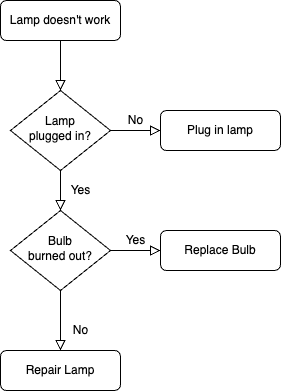
This is 未命名绘图.drawio.png from haiwod/doc-temp, a draw.io export, as it was before one commit. Source tidied: cells renumbered, new cells last; positions are measured from the earlier drawing's top-left corner, leaving out a move shared by most shapes. The source it was exported from:
```xml
<mxGraphModel>
  <root>
    <mxCell id="0" />
    <mxCell id="1" parent="0" />
    <mxCell id="2" style="rounded=0;html=1;jettySize=auto;fontSize=11;endArrow=block;endFill=0;endSize=8;strokeWidth=1;shadow=0;labelBackgroundColor=none;edgeStyle=orthogonalEdgeStyle;" parent="1" edge="1" source="3" target="6">
      <mxGeometry relative="1" as="geometry" />
    </mxCell>
    <mxCell id="3" value="Lamp doesn't work" style="rounded=1;whiteSpace=wrap;html=1;fontSize=12;glass=0;strokeWidth=1;shadow=0;" parent="1" vertex="1">
      <mxGeometry width="120" height="40" as="geometry" />
    </mxCell>
    <mxCell id="4" value="Yes" style="rounded=0;html=1;jettySize=auto;fontSize=11;endArrow=block;endFill=0;endSize=8;strokeWidth=1;shadow=0;labelBackgroundColor=none;edgeStyle=orthogonalEdgeStyle;" parent="1" edge="1" source="6" target="10">
      <mxGeometry y="20" relative="1" as="geometry" />
    </mxCell>
    <mxCell id="5" value="No" style="edgeStyle=orthogonalEdgeStyle;rounded=0;html=1;jettySize=auto;fontSize=11;endArrow=block;endFill=0;endSize=8;strokeWidth=1;shadow=0;labelBackgroundColor=none;" parent="1" edge="1" source="6" target="7">
      <mxGeometry y="10" relative="1" as="geometry" />
    </mxCell>
    <mxCell id="6" value="Lamp&lt;br&gt;plugged in?" style="rhombus;whiteSpace=wrap;html=1;shadow=0;fontFamily=Helvetica;fontSize=12;align=center;strokeWidth=1;spacing=6;spacingTop=-4;" parent="1" vertex="1">
      <mxGeometry x="10" y="90" width="100" height="80" as="geometry" />
    </mxCell>
    <mxCell id="7" value="Plug in lamp" style="rounded=1;whiteSpace=wrap;html=1;fontSize=12;glass=0;strokeWidth=1;shadow=0;" parent="1" vertex="1">
      <mxGeometry x="160" y="110" width="120" height="40" as="geometry" />
    </mxCell>
    <mxCell id="8" value="No" style="rounded=0;html=1;jettySize=auto;fontSize=11;endArrow=block;endFill=0;endSize=8;strokeWidth=1;shadow=0;labelBackgroundColor=none;edgeStyle=orthogonalEdgeStyle;" parent="1" edge="1" source="10" target="11">
      <mxGeometry x="0.33" y="20" relative="1" as="geometry" />
    </mxCell>
    <mxCell id="9" value="Yes" style="edgeStyle=orthogonalEdgeStyle;rounded=0;html=1;jettySize=auto;fontSize=11;endArrow=block;endFill=0;endSize=8;strokeWidth=1;shadow=0;labelBackgroundColor=none;" parent="1" edge="1" source="10" target="12">
      <mxGeometry y="10" relative="1" as="geometry" />
    </mxCell>
    <mxCell id="10" value="Bulb&lt;br&gt;burned out?" style="rhombus;whiteSpace=wrap;html=1;shadow=0;fontFamily=Helvetica;fontSize=12;align=center;strokeWidth=1;spacing=6;spacingTop=-4;" parent="1" vertex="1">
      <mxGeometry x="10" y="210" width="100" height="80" as="geometry" />
    </mxCell>
    <mxCell id="11" value="Repair Lamp" style="rounded=1;whiteSpace=wrap;html=1;fontSize=12;glass=0;strokeWidth=1;shadow=0;" parent="1" vertex="1">
      <mxGeometry y="350" width="120" height="40" as="geometry" />
    </mxCell>
    <mxCell id="12" value="Replace Bulb" style="rounded=1;whiteSpace=wrap;html=1;fontSize=12;glass=0;strokeWidth=1;shadow=0;" parent="1" vertex="1">
      <mxGeometry x="160" y="230" width="120" height="40" as="geometry" />
    </mxCell>
  </root>
</mxGraphModel>
```
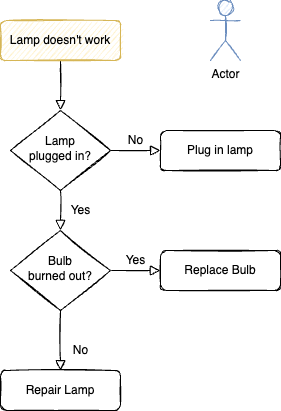
The same file after the commit.

What changed in the source:
```diff
@@ -2,38 +2,41 @@
   <root>
     <mxCell id="0" />
     <mxCell id="1" parent="0" />
-    <mxCell id="2" style="rounded=0;html=1;jettySize=auto;fontSize=11;endArrow=block;endFill=0;endSize=8;strokeWidth=1;shadow=0;labelBackgroundColor=none;edgeStyle=orthogonalEdgeStyle;" parent="1" edge="1" source="3" target="6">
+    <mxCell id="2" style="rounded=0;html=1;jettySize=auto;fontSize=11;endArrow=block;endFill=0;endSize=8;strokeWidth=1;shadow=0;labelBackgroundColor=none;edgeStyle=orthogonalEdgeStyle;sketch=1;" parent="1" edge="1" source="3" target="6">
       <mxGeometry relative="1" as="geometry" />
     </mxCell>
-    <mxCell id="3" value="Lamp doesn't work" style="rounded=1;whiteSpace=wrap;html=1;fontSize=12;glass=0;strokeWidth=1;shadow=0;" parent="1" vertex="1">
+    <mxCell id="3" value="Lamp doesn't work" style="rounded=1;whiteSpace=wrap;html=1;fontSize=12;glass=0;strokeWidth=1;shadow=0;sketch=1;fillColor=#fff2cc;strokeColor=#d6b656;" parent="1" vertex="1">
       <mxGeometry width="120" height="40" as="geometry" />
     </mxCell>
-    <mxCell id="4" value="Yes" style="rounded=0;html=1;jettySize=auto;fontSize=11;endArrow=block;endFill=0;endSize=8;strokeWidth=1;shadow=0;labelBackgroundColor=none;edgeStyle=orthogonalEdgeStyle;" parent="1" edge="1" source="6" target="10">
+    <mxCell id="4" value="Yes" style="rounded=0;html=1;jettySize=auto;fontSize=11;endArrow=block;endFill=0;endSize=8;strokeWidth=1;shadow=0;labelBackgroundColor=none;edgeStyle=orthogonalEdgeStyle;sketch=1;" parent="1" edge="1" source="6" target="10">
       <mxGeometry y="20" relative="1" as="geometry" />
     </mxCell>
-    <mxCell id="5" value="No" style="edgeStyle=orthogonalEdgeStyle;rounded=0;html=1;jettySize=auto;fontSize=11;endArrow=block;endFill=0;endSize=8;strokeWidth=1;shadow=0;labelBackgroundColor=none;" parent="1" edge="1" source="6" target="7">
+    <mxCell id="5" value="No" style="edgeStyle=orthogonalEdgeStyle;rounded=0;html=1;jettySize=auto;fontSize=11;endArrow=block;endFill=0;endSize=8;strokeWidth=1;shadow=0;labelBackgroundColor=none;sketch=1;" parent="1" edge="1" source="6" target="7">
       <mxGeometry y="10" relative="1" as="geometry" />
     </mxCell>
-    <mxCell id="6" value="Lamp&lt;br&gt;plugged in?" style="rhombus;whiteSpace=wrap;html=1;shadow=0;fontFamily=Helvetica;fontSize=12;align=center;strokeWidth=1;spacing=6;spacingTop=-4;" parent="1" vertex="1">
+    <mxCell id="6" value="Lamp&lt;br&gt;plugged in?" style="rhombus;whiteSpace=wrap;html=1;shadow=0;fontFamily=Helvetica;fontSize=12;align=center;strokeWidth=1;spacing=6;spacingTop=-4;sketch=1;" parent="1" vertex="1">
       <mxGeometry x="10" y="90" width="100" height="80" as="geometry" />
     </mxCell>
-    <mxCell id="7" value="Plug in lamp" style="rounded=1;whiteSpace=wrap;html=1;fontSize=12;glass=0;strokeWidth=1;shadow=0;" parent="1" vertex="1">
+    <mxCell id="7" value="Plug in lamp" style="rounded=1;whiteSpace=wrap;html=1;fontSize=12;glass=0;strokeWidth=1;shadow=0;sketch=1;" parent="1" vertex="1">
       <mxGeometry x="160" y="110" width="120" height="40" as="geometry" />
     </mxCell>
-    <mxCell id="8" value="No" style="rounded=0;html=1;jettySize=auto;fontSize=11;endArrow=block;endFill=0;endSize=8;strokeWidth=1;shadow=0;labelBackgroundColor=none;edgeStyle=orthogonalEdgeStyle;" parent="1" edge="1" source="10" target="11">
+    <mxCell id="8" value="No" style="rounded=0;html=1;jettySize=auto;fontSize=11;endArrow=block;endFill=0;endSize=8;strokeWidth=1;shadow=0;labelBackgroundColor=none;edgeStyle=orthogonalEdgeStyle;sketch=1;" parent="1" edge="1" source="10" target="11">
       <mxGeometry x="0.33" y="20" relative="1" as="geometry" />
     </mxCell>
-    <mxCell id="9" value="Yes" style="edgeStyle=orthogonalEdgeStyle;rounded=0;html=1;jettySize=auto;fontSize=11;endArrow=block;endFill=0;endSize=8;strokeWidth=1;shadow=0;labelBackgroundColor=none;" parent="1" edge="1" source="10" target="12">
+    <mxCell id="9" value="Yes" style="edgeStyle=orthogonalEdgeStyle;rounded=0;html=1;jettySize=auto;fontSize=11;endArrow=block;endFill=0;endSize=8;strokeWidth=1;shadow=0;labelBackgroundColor=none;sketch=1;" parent="1" edge="1" source="10" target="12">
       <mxGeometry y="10" relative="1" as="geometry" />
     </mxCell>
-    <mxCell id="10" value="Bulb&lt;br&gt;burned out?" style="rhombus;whiteSpace=wrap;html=1;shadow=0;fontFamily=Helvetica;fontSize=12;align=center;strokeWidth=1;spacing=6;spacingTop=-4;" parent="1" vertex="1">
+    <mxCell id="10" value="Bulb&lt;br&gt;burned out?" style="rhombus;whiteSpace=wrap;html=1;shadow=0;fontFamily=Helvetica;fontSize=12;align=center;strokeWidth=1;spacing=6;spacingTop=-4;sketch=1;" parent="1" vertex="1">
       <mxGeometry x="10" y="210" width="100" height="80" as="geometry" />
     </mxCell>
-    <mxCell id="11" value="Repair Lamp" style="rounded=1;whiteSpace=wrap;html=1;fontSize=12;glass=0;strokeWidth=1;shadow=0;" parent="1" vertex="1">
+    <mxCell id="11" value="Repair Lamp" style="rounded=1;whiteSpace=wrap;html=1;fontSize=12;glass=0;strokeWidth=1;shadow=0;sketch=1;" parent="1" vertex="1">
       <mxGeometry y="350" width="120" height="40" as="geometry" />
     </mxCell>
-    <mxCell id="12" value="Replace Bulb" style="rounded=1;whiteSpace=wrap;html=1;fontSize=12;glass=0;strokeWidth=1;shadow=0;" parent="1" vertex="1">
+    <mxCell id="12" value="Replace Bulb" style="rounded=1;whiteSpace=wrap;html=1;fontSize=12;glass=0;strokeWidth=1;shadow=0;sketch=1;" parent="1" vertex="1">
       <mxGeometry x="160" y="230" width="120" height="40" as="geometry" />
     </mxCell>
+    <mxCell id="13" value="Actor" style="shape=umlActor;verticalLabelPosition=bottom;verticalAlign=top;html=1;fontFamily=Helvetica;fontSize=12;fillColor=#dae8fc;strokeColor=#6c8ebf;sketch=1;" parent="1" vertex="1">
+      <mxGeometry x="210" y="-20" width="30" height="60" as="geometry" />
+    </mxCell>
   </root>
 </mxGraphModel>
```
